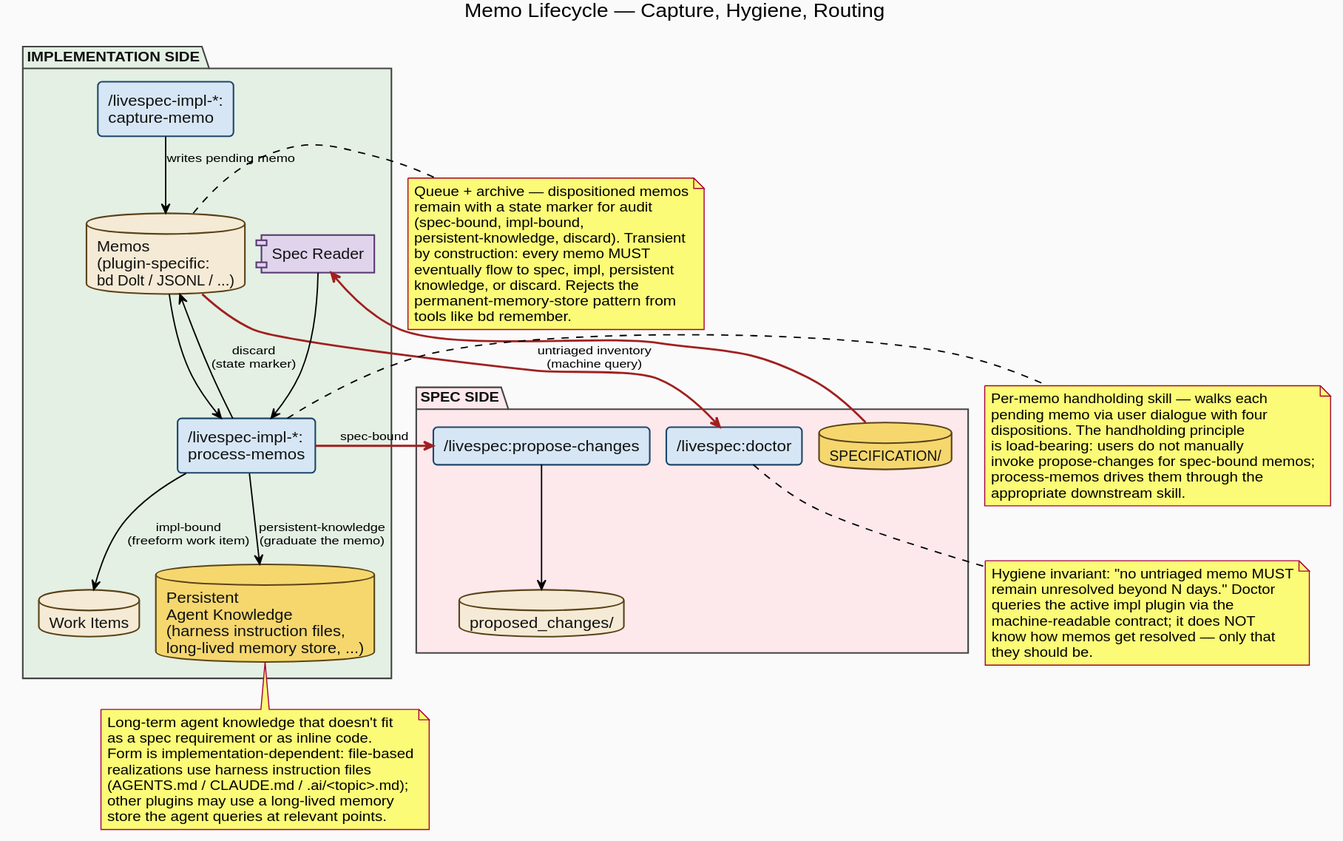
thewoolleyman/livespec keeps this PlantUML diagram as research/workflow-processes/diagrams/memo-lifecycle.svg. Above is the earlier version.
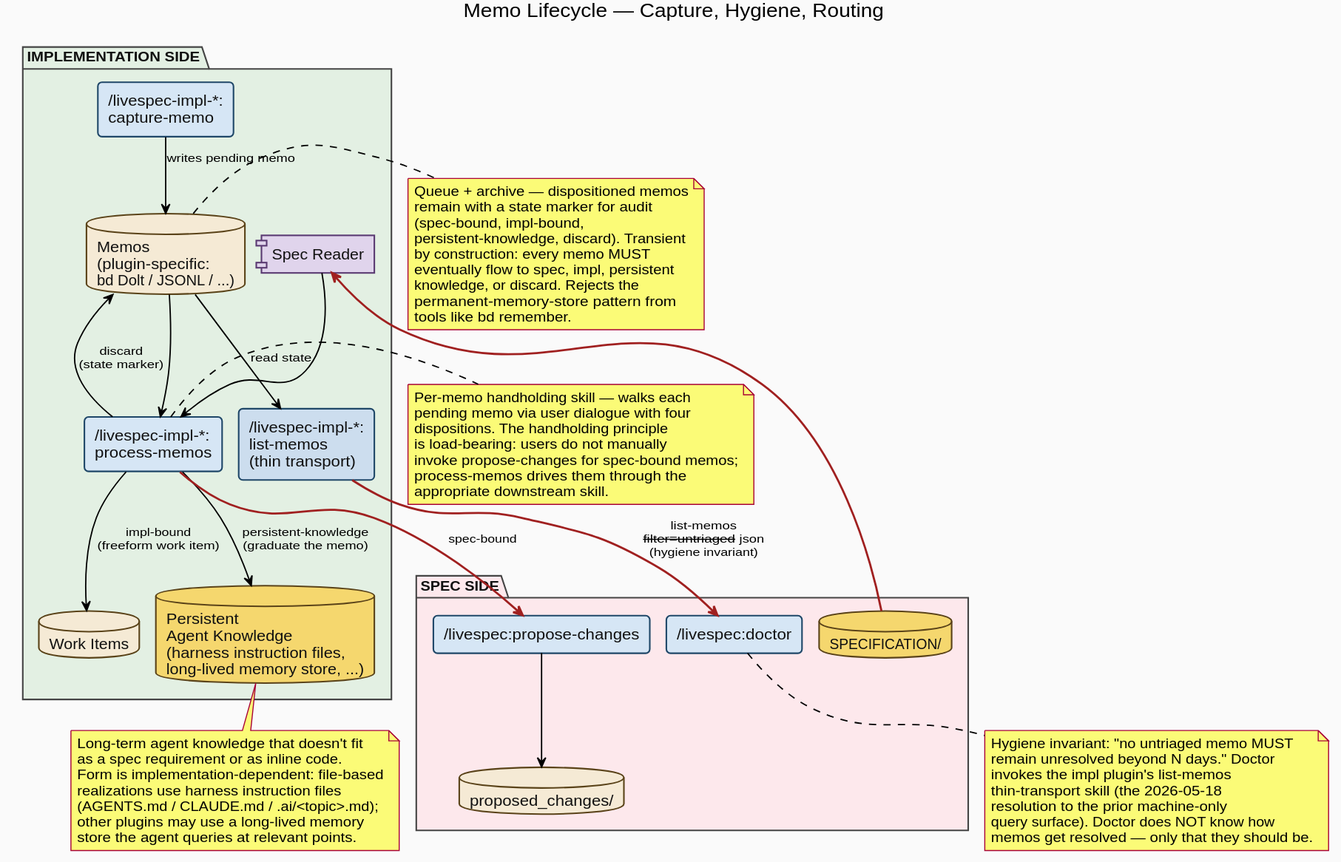
The same diagram one commit later.

What changed in the source:
```diff
@@ -45,6 +45,7 @@
 package "IMPLEMENTATION SIDE" as ImplPkg #e3f0e3 {
   rectangle "/livespec-impl-*:\ncapture-memo" as CaptureMemo
   rectangle "/livespec-impl-*:\nprocess-memos" as ProcessMemos
+  rectangle "/livespec-impl-*:\nlist-memos\n(thin transport)" as ListMemos #ccddee
   component "Spec Reader" as SpecReader
 
   database "Memos\n(plugin-specific:\nbd Dolt / JSONL / ...)" as Memos
@@ -54,7 +55,8 @@
 
 CaptureMemo --> Memos : writes pending memo
 
-Memos -[#a02020,thickness=2]-> Doctor : untriaged inventory\n(machine query)
+Memos --> ListMemos : read state
+ListMemos -[#a02020,thickness=2]-> Doctor : list-memos\n--filter=untriaged --json\n(hygiene invariant)
 
 Spec -[#a02020,thickness=2]-> SpecReader
 SpecReader --> ProcessMemos
@@ -69,7 +71,7 @@
 
 note right of Memos : Queue + archive — dispositioned memos\nremain with a state marker for audit\n(spec-bound, impl-bound,\npersistent-knowledge, discard). Transient\nby construction: every memo MUST\neventually flow to spec, impl, persistent\nknowledge, or discard. Rejects the\npermanent-memory-store pattern from\ntools like bd remember.
 
-note bottom of Doctor : Hygiene invariant: "no untriaged memo MUST\nremain unresolved beyond N days." Doctor\nqueries the active impl plugin via the\nmachine-readable contract; it does NOT\nknow how memos get resolved — only that\nthey should be.
+note bottom of Doctor : Hygiene invariant: "no untriaged memo MUST\nremain unresolved beyond N days." Doctor\ninvokes the impl plugin's list-memos\nthin-transport skill (the 2026-05-18\nresolution to the prior machine-only\nquery surface). Doctor does NOT know how\nmemos get resolved — only that they should be.
 
 note right of ProcessMemos : Per-memo handholding skill — walks each\npending memo via user dialogue with four\ndispositions. The handholding principle\nis load-bearing: users do not manually\ninvoke propose-changes for spec-bound memos;\nprocess-memos drives them through the\nappropriate downstream skill.
 
```
